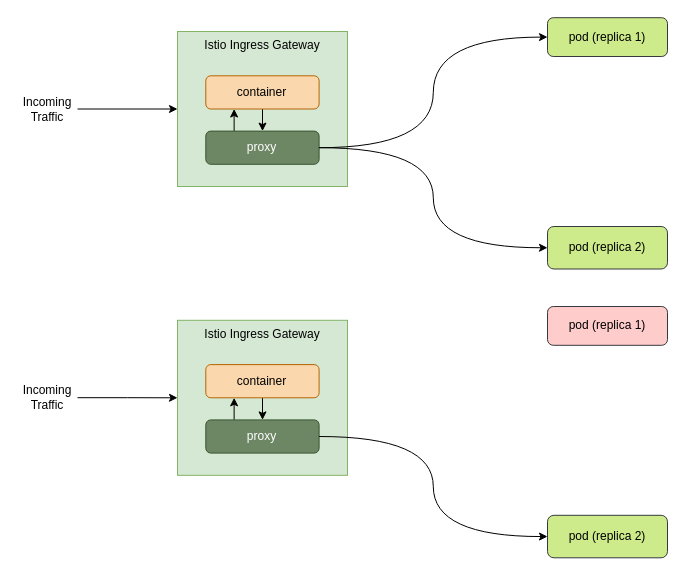
This is page "circuit-breaker" (3 of 4) of istio/assets/diagram.drawio from aditya109/learning-devops-tools, a draw.io file, before an edit. Source tidied: cells renumbered, new cells numbered last; positions are measured from the earlier drawing's top-left corner, leaving out a move shared by most shapes. Both pictures are drawn from the tidied source at 100%, with x=0, y=0 at pixel (17, 17).
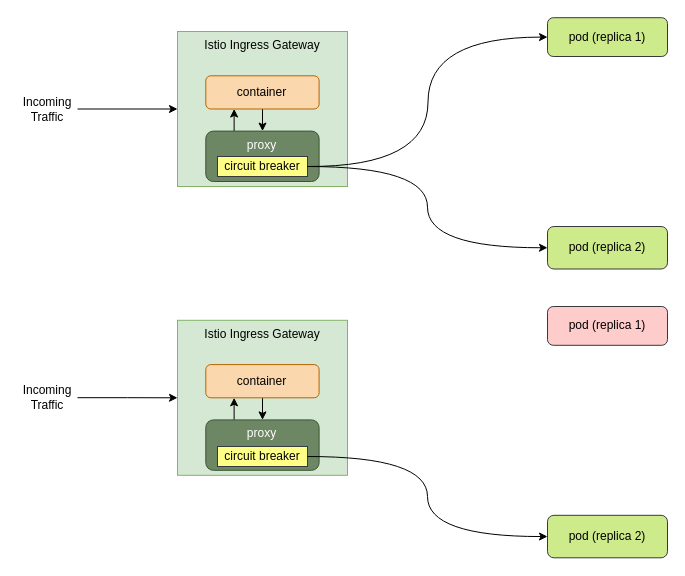
The same page after the edit.

Unchanged cells that the change refers to:
```xml
<mxCell id="10" value="pod (replica 1)" style="rounded=1;whiteSpace=wrap;html=1;fillColor=#cdeb8b;strokeColor=#36393d;" parent="1" vertex="1">
  <mxGeometry x="530" y="0.2" width="120" height="38.8" as="geometry" />
</mxCell>
<mxCell id="11" value="pod (replica 2)" style="rounded=1;whiteSpace=wrap;html=1;fillColor=#cdeb8b;strokeColor=#36393d;" parent="1" vertex="1">
  <mxGeometry x="530" y="209" width="120" height="42.5" as="geometry" />
</mxCell>
<mxCell id="14" style="group;" parent="1" vertex="1">
  <mxGeometry x="160" y="302.8" width="170" height="155" as="geometry" />
</mxCell>
<mxCell id="23" value="pod (replica 2)" style="rounded=1;whiteSpace=wrap;html=1;fillColor=#cdeb8b;strokeColor=#36393d;" parent="1" vertex="1">
  <mxGeometry x="530" y="497.8" width="120" height="42.5" as="geometry" />
</mxCell>
```

What changed in the source:
```diff
@@
-    <mxCell id="2" style="group;" parent="1" vertex="1">
+    <mxCell id="2" style="group;verticalAlign=top;" parent="1" vertex="1">
       <mxGeometry x="160" y="14" width="170" height="155" as="geometry" />
     </mxCell>
@@
-    <mxCell id="7" value="proxy" style="rounded=1;whiteSpace=wrap;html=1;fillColor=#6d8764;strokeColor=#3A5431;fontColor=#ffffff;" parent="2" vertex="1">
-      <mxGeometry x="28.3" y="99.6" width="113.3" height="33.2" as="geometry" />
+    <mxCell id="7" value="proxy" style="rounded=1;whiteSpace=wrap;html=1;fillColor=#6d8764;strokeColor=#3A5431;fontColor=#ffffff;verticalAlign=top;" parent="2" vertex="1">
+      <mxGeometry x="28.3" y="99.6" width="113.3" height="50.4" as="geometry" />
     </mxCell>
+    <mxCell id="25" value="circuit breaker" style="rounded=0;whiteSpace=wrap;html=1;fillColor=#ffff88;strokeColor=#36393d;" parent="2" vertex="1">
+      <mxGeometry x="40" y="125" width="90" height="20" as="geometry" />
+    </mxCell>
@@
-    <mxCell id="12" style="edgeStyle=orthogonalEdgeStyle;rounded=0;jettySize=auto;html=1;entryX=0;entryY=0.5;entryDx=0;entryDy=0;curved=1;" parent="1" edge="1" source="7" target="10">
-      <mxGeometry relative="1" as="geometry" />
+    <mxCell id="12" style="edgeStyle=orthogonalEdgeStyle;rounded=0;jettySize=auto;html=1;entryX=0;entryY=0.5;entryDx=0;entryDy=0;curved=1;" parent="1" edge="1" target="10">
+      <mxGeometry relative="1" as="geometry">
+        <mxPoint x="290" y="149" as="sourcePoint" />
+      </mxGeometry>
     </mxCell>
-    <mxCell id="13" style="edgeStyle=orthogonalEdgeStyle;curved=1;rounded=0;jettySize=auto;html=1;entryX=0;entryY=0.5;entryDx=0;entryDy=0;" parent="1" edge="1" source="7" target="11">
+    <mxCell id="13" style="edgeStyle=orthogonalEdgeStyle;curved=1;rounded=0;jettySize=auto;html=1;entryX=0;entryY=0.5;entryDx=0;entryDy=0;exitX=1;exitY=0.5;exitDx=0;exitDy=0;" parent="1" edge="1" source="25" target="11">
       <mxGeometry relative="1" as="geometry" />
     </mxCell>
@@
-    <mxCell id="19" value="proxy" style="rounded=1;whiteSpace=wrap;html=1;fillColor=#6d8764;strokeColor=#3A5431;fontColor=#ffffff;" parent="14" vertex="1">
-      <mxGeometry x="28.3" y="99.6" width="113.3" height="33.2" as="geometry" />
+    <mxCell id="19" value="proxy" style="rounded=1;whiteSpace=wrap;html=1;fillColor=#6d8764;strokeColor=#3A5431;fontColor=#ffffff;verticalAlign=top;" parent="14" vertex="1">
+      <mxGeometry x="28.3" y="99.6" width="113.3" height="50.4" as="geometry" />
     </mxCell>
+    <mxCell id="26" value="circuit breaker" style="rounded=0;whiteSpace=wrap;html=1;fillColor=#ffff88;strokeColor=#36393d;" parent="14" vertex="1">
+      <mxGeometry x="40" y="126.2" width="90" height="20" as="geometry" />
+    </mxCell>
@@
-    <mxCell id="24" style="edgeStyle=orthogonalEdgeStyle;curved=1;rounded=0;jettySize=auto;html=1;entryX=0;entryY=0.5;entryDx=0;entryDy=0;" parent="1" edge="1" source="19" target="23">
+    <mxCell id="24" style="edgeStyle=orthogonalEdgeStyle;curved=1;rounded=0;jettySize=auto;html=1;entryX=0;entryY=0.5;entryDx=0;entryDy=0;exitX=1;exitY=0.5;exitDx=0;exitDy=0;" parent="1" edge="1" source="26" target="23">
       <mxGeometry relative="1" as="geometry" />
     </mxCell>
```
